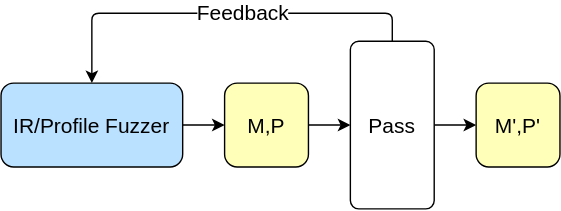
zBION1C/phd_presentation keeps this draw.io diagram as public/images/greybox/greybox.svg. Above is the earlier version. Source tidied: cells renumbered, new cells last; positions are measured from the earlier drawing's top-left corner, leaving out a move shared by most shapes.
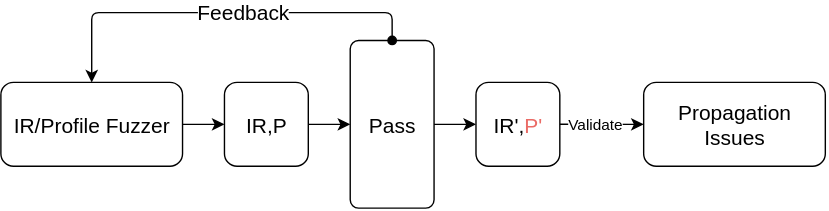
The same file after the commit.

Diff of the diagram source:
```diff
@@ -2,34 +2,47 @@
   <root>
     <mxCell id="0" />
     <mxCell id="1" parent="0" />
-    <mxCell id="2" style="edgeStyle=orthogonalEdgeStyle;rounded=0;jettySize=auto;html=1;fontSize=15;" parent="1" edge="1" source="3" target="9">
-      <mxGeometry relative="1" as="geometry" />
+    <mxCell id="2" value="Pass" style="rounded=1;whiteSpace=wrap;html=1;arcSize=10;strokeColor=default;align=center;verticalAlign=middle;fontFamily=Helvetica;fontSize=15;fontColor=default;fillColor=default;fillOpacity=100;strokeOpacity=100;" parent="1" vertex="1">
+      <mxGeometry x="250" width="60" height="120" as="geometry" />
     </mxCell>
-    <mxCell id="3" value="M,P" style="rounded=1;whiteSpace=wrap;html=1;fontSize=15;fillColor=#FFFFBA;" parent="1" vertex="1">
-      <mxGeometry x="160" y="30" width="60" height="60" as="geometry" />
+    <mxCell id="3" style="edgeStyle=orthogonalEdgeStyle;rounded=0;jettySize=auto;html=1;fontSize=15;" parent="1" edge="1" source="4" target="2">
+      <mxGeometry relative="1" as="geometry" />
     </mxCell>
-    <mxCell id="4" style="edgeStyle=orthogonalEdgeStyle;rounded=0;jettySize=auto;html=1;fontSize=15;" parent="1" edge="1" source="5" target="3">
-      <mxGeometry relative="1" as="geometry" />
+    <mxCell id="4" value="IR,P" style="rounded=1;whiteSpace=wrap;html=1;fontSize=15;fillColor=default;" parent="1" vertex="1">
+      <mxGeometry x="160" y="30" width="60" height="60" as="geometry" />
     </mxCell>
-    <mxCell id="5" value="IR/Profile Fuzzer" style="rounded=1;whiteSpace=wrap;html=1;fontSize=15;fillColor=#BAE1FF;" parent="1" vertex="1">
-      <mxGeometry y="30" width="130" height="60" as="geometry" />
+    <mxCell id="5" style="edgeStyle=orthogonalEdgeStyle;rounded=0;jettySize=auto;html=1;fontSize=15;" parent="1" edge="1" source="6" target="4">
+      <mxGeometry relative="1" as="geometry" />
     </mxCell>
-    <mxCell id="6" style="edgeStyle=orthogonalEdgeStyle;rounded=0;jettySize=auto;html=1;fontSize=15;" parent="1" edge="1" source="9" target="10">
-      <mxGeometry relative="1" as="geometry" />
+    <mxCell id="6" value="IR/Profile Fuzzer" style="rounded=1;whiteSpace=wrap;html=1;fontSize=15;fillColor=default;" parent="1" vertex="1">
+      <mxGeometry y="30" width="130" height="60" as="geometry" />
     </mxCell>
-    <mxCell id="7" style="edgeStyle=orthogonalEdgeStyle;rounded=1;jettySize=auto;html=1;exitX=0.5;exitY=0;exitDx=0;exitDy=0;entryX=0.5;entryY=0;entryDx=0;entryDy=0;fontSize=15;strokeColor=default;align=center;verticalAlign=middle;arcSize=10;fontFamily=Helvetica;fontColor=default;fillColor=default;" parent="1" edge="1" source="9" target="5">
+    <mxCell id="7" style="edgeStyle=orthogonalEdgeStyle;rounded=0;jettySize=auto;html=1;fontSize=15;" parent="1" edge="1" source="2" target="12">
       <mxGeometry relative="1" as="geometry" />
     </mxCell>
-    <mxCell id="8" value="Feedback" style="edgeLabel;html=1;align=center;verticalAlign=middle;fontSize=15;rounded=1;strokeColor=default;arcSize=10;fontFamily=Helvetica;fontColor=default;fillColor=default;" parent="7" vertex="1">
-      <mxGeometry x="-0.01" y="-2" relative="1" as="geometry">
-        <mxPoint x="14" y="1" as="offset" />
-      </mxGeometry>
+    <mxCell id="8" style="edgeStyle=orthogonalEdgeStyle;rounded=1;jettySize=auto;html=1;exitX=0.5;exitY=0;exitDx=0;exitDy=0;entryX=0.5;entryY=0;entryDx=0;entryDy=0;fontSize=15;strokeColor=default;align=center;verticalAlign=middle;arcSize=10;fontFamily=Helvetica;fontColor=default;fillColor=default;startArrow=oval;startFill=1;" parent="1" edge="1" source="2" target="6">
+      <mxGeometry relative="1" as="geometry" />
     </mxCell>
-    <mxCell id="9" value="Pass" style="rounded=1;whiteSpace=wrap;html=1;arcSize=10;strokeColor=default;align=center;verticalAlign=middle;fontFamily=Helvetica;fontSize=15;fontColor=default;fillColor=default;fillOpacity=100;strokeOpacity=100;" parent="1" vertex="1">
-      <mxGeometry x="250" width="60" height="120" as="geometry" />
+    <mxCell id="9" value="Feedback" style="edgeLabel;html=1;align=center;verticalAlign=middle;points=[];fontSize=15;rounded=1;strokeColor=default;arcSize=10;fontFamily=Helvetica;fontColor=default;fillColor=default;" parent="8" vertex="1">
+      <mxGeometry x="-0.01" y="-2" relative="1" as="geometry">
+        <mxPoint x="14" y="1" as="offset" />
+      </mxGeometry>
     </mxCell>
-    <mxCell id="10" value="M',P'" style="rounded=1;whiteSpace=wrap;html=1;fontSize=15;fillColor=#FFFFBA;" parent="1" vertex="1">
-      <mxGeometry x="340" y="30" width="60" height="60" as="geometry" />
+    <mxCell id="10" style="edgeStyle=orthogonalEdgeStyle;rounded=0;jettySize=auto;html=1;exitX=1;exitY=0.5;exitDx=0;exitDy=0;" parent="1" edge="1" source="12">
+      <mxGeometry relative="1" as="geometry">
+        <mxPoint x="460" y="60" as="targetPoint" />
+      </mxGeometry>
     </mxCell>
+    <mxCell id="11" value="Validate" style="edgeLabel;html=1;align=center;verticalAlign=middle;" parent="10" vertex="1">
+      <mxGeometry x="-0.32" y="1" relative="1" as="geometry">
+        <mxPoint x="5" y="1" as="offset" />
+      </mxGeometry>
+    </mxCell>
+    <mxCell id="12" value="IR',&lt;font style=&quot;color: rgb(234, 107, 102);&quot;&gt;P'&lt;/font&gt;" style="rounded=1;whiteSpace=wrap;html=1;fontSize=15;fillColor=default;" parent="1" vertex="1">
+      <mxGeometry x="340" y="30" width="60" height="60" as="geometry" />
+    </mxCell>
+    <mxCell id="13" value="Propagation Issues" style="rounded=1;whiteSpace=wrap;html=1;fontSize=15;fillColor=default;" parent="1" vertex="1">
+      <mxGeometry x="460" y="30" width="130" height="60" as="geometry" />
+    </mxCell>
   </root>
 </mxGraphModel>
```
